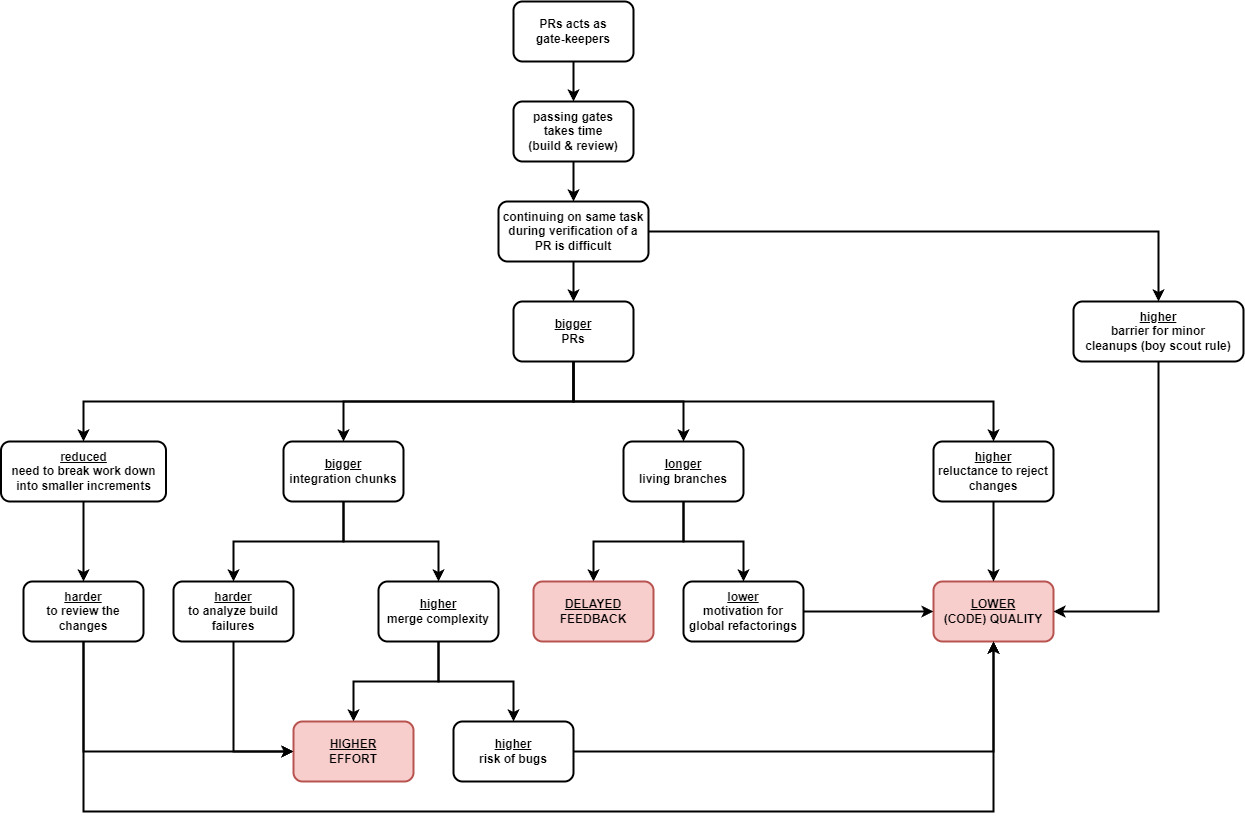
Before: assets/flow.drawio.png, a diagram exported from draw.io (plainionist/plainionist.github.io). Source tidied: cells renumbered, new cells last; positions are measured from the earlier drawing's top-left corner, leaving out a move shared by most shapes. Its diagram source:
```xml
<mxGraphModel>
  <root>
    <mxCell id="0" />
    <mxCell id="1" parent="0" />
    <mxCell id="2" style="edgeStyle=orthogonalEdgeStyle;rounded=0;jettySize=auto;html=1;exitX=0.5;exitY=1;exitDx=0;exitDy=0;entryX=0.5;entryY=0;entryDx=0;entryDy=0;fontStyle=1;strokeWidth=2;" parent="1" edge="1" source="3" target="6">
      <mxGeometry relative="1" as="geometry" />
    </mxCell>
    <mxCell id="3" value="passing gates&lt;div&gt;takes time&lt;/div&gt;&lt;div&gt;(build &amp;amp; review)&lt;/div&gt;" style="rounded=1;whiteSpace=wrap;html=1;fontStyle=1;strokeWidth=2;" parent="1" vertex="1">
      <mxGeometry x="512" y="100" width="120" height="60" as="geometry" />
    </mxCell>
    <mxCell id="4" style="edgeStyle=orthogonalEdgeStyle;rounded=0;jettySize=auto;html=1;exitX=0.5;exitY=1;exitDx=0;exitDy=0;fontStyle=1;strokeWidth=2;" parent="1" edge="1" source="6" target="11">
      <mxGeometry relative="1" as="geometry" />
    </mxCell>
    <mxCell id="5" style="edgeStyle=orthogonalEdgeStyle;rounded=0;jettySize=auto;html=1;exitX=1;exitY=0.5;exitDx=0;exitDy=0;entryX=0.5;entryY=0;entryDx=0;entryDy=0;fontStyle=1;strokeWidth=2;" parent="1" edge="1" source="6" target="22">
      <mxGeometry relative="1" as="geometry" />
    </mxCell>
    <mxCell id="6" value="continuing on same task during&amp;nbsp;&lt;span style=&quot;background-color: initial;&quot;&gt;verification of a PR is difficult&lt;/span&gt;" style="rounded=1;whiteSpace=wrap;html=1;fontStyle=1;strokeWidth=2;" parent="1" vertex="1">
      <mxGeometry x="497" y="200" width="150" height="60" as="geometry" />
    </mxCell>
    <mxCell id="7" style="edgeStyle=orthogonalEdgeStyle;rounded=0;jettySize=auto;html=1;exitX=0.5;exitY=1;exitDx=0;exitDy=0;entryX=0.5;entryY=0;entryDx=0;entryDy=0;fontStyle=1;strokeWidth=2;" parent="1" edge="1" source="11" target="14">
      <mxGeometry relative="1" as="geometry" />
    </mxCell>
    <mxCell id="8" style="edgeStyle=orthogonalEdgeStyle;rounded=0;jettySize=auto;html=1;exitX=0.5;exitY=1;exitDx=0;exitDy=0;entryX=0.5;entryY=0;entryDx=0;entryDy=0;fontStyle=1;strokeWidth=2;" parent="1" edge="1" source="11" target="17">
      <mxGeometry relative="1" as="geometry" />
    </mxCell>
    <mxCell id="9" style="edgeStyle=orthogonalEdgeStyle;rounded=0;jettySize=auto;html=1;exitX=0.5;exitY=1;exitDx=0;exitDy=0;entryX=0.5;entryY=0;entryDx=0;entryDy=0;fontStyle=1;strokeWidth=2;" parent="1" edge="1" source="11" target="19">
      <mxGeometry relative="1" as="geometry" />
    </mxCell>
    <mxCell id="10" style="edgeStyle=orthogonalEdgeStyle;rounded=0;jettySize=auto;html=1;exitX=0.5;exitY=1;exitDx=0;exitDy=0;entryX=0.5;entryY=0;entryDx=0;entryDy=0;fontStyle=1;strokeWidth=2;" parent="1" edge="1" source="11" target="36">
      <mxGeometry relative="1" as="geometry" />
    </mxCell>
    <mxCell id="11" value="&lt;u&gt;bigger&lt;/u&gt;&lt;div&gt;PRs&lt;/div&gt;" style="rounded=1;whiteSpace=wrap;html=1;fontStyle=1;strokeWidth=2;" parent="1" vertex="1">
      <mxGeometry x="512" y="300" width="120" height="60" as="geometry" />
    </mxCell>
    <mxCell id="12" style="edgeStyle=orthogonalEdgeStyle;rounded=0;jettySize=auto;html=1;exitX=0.5;exitY=1;exitDx=0;exitDy=0;entryX=0.5;entryY=0;entryDx=0;entryDy=0;fontStyle=1;strokeWidth=2;" parent="1" edge="1" source="14" target="25">
      <mxGeometry relative="1" as="geometry" />
    </mxCell>
    <mxCell id="13" style="edgeStyle=orthogonalEdgeStyle;rounded=0;jettySize=auto;html=1;exitX=0.5;exitY=1;exitDx=0;exitDy=0;entryX=0.5;entryY=0;entryDx=0;entryDy=0;fontStyle=1;strokeWidth=2;" parent="1" edge="1" source="14" target="27">
      <mxGeometry relative="1" as="geometry" />
    </mxCell>
    <mxCell id="14" value="&lt;u&gt;bigger&lt;/u&gt;&lt;div&gt;integration&amp;nbsp;&lt;span style=&quot;background-color: initial;&quot;&gt;chunks&lt;/span&gt;&lt;/div&gt;" style="rounded=1;whiteSpace=wrap;html=1;fontStyle=1;strokeWidth=2;" parent="1" vertex="1">
      <mxGeometry x="282" y="440" width="120" height="60" as="geometry" />
    </mxCell>
    <mxCell id="15" style="edgeStyle=orthogonalEdgeStyle;rounded=0;jettySize=auto;html=1;fontStyle=1;strokeWidth=2;" parent="1" edge="1" source="17" target="32">
      <mxGeometry relative="1" as="geometry" />
    </mxCell>
    <mxCell id="16" style="edgeStyle=orthogonalEdgeStyle;rounded=0;jettySize=auto;html=1;exitX=0.5;exitY=1;exitDx=0;exitDy=0;entryX=0.5;entryY=0;entryDx=0;entryDy=0;fontStyle=1;strokeWidth=2;" parent="1" edge="1" source="17" target="34">
      <mxGeometry relative="1" as="geometry" />
    </mxCell>
    <mxCell id="17" value="&lt;u&gt;longer&lt;/u&gt;&lt;div&gt;living&amp;nbsp;&lt;span style=&quot;background-color: initial;&quot;&gt;branches&lt;/span&gt;&lt;/div&gt;" style="rounded=1;whiteSpace=wrap;html=1;fontStyle=1;strokeWidth=2;" parent="1" vertex="1">
      <mxGeometry x="622" y="440" width="120" height="60" as="geometry" />
    </mxCell>
    <mxCell id="18" style="edgeStyle=orthogonalEdgeStyle;rounded=0;jettySize=auto;html=1;exitX=0.5;exitY=1;exitDx=0;exitDy=0;entryX=0.5;entryY=0;entryDx=0;entryDy=0;fontStyle=1;strokeWidth=2;" parent="1" edge="1" source="19" target="41">
      <mxGeometry relative="1" as="geometry" />
    </mxCell>
    <mxCell id="19" value="&lt;u&gt;reduced&lt;/u&gt;&lt;div&gt;need to break work down into smaller increments&lt;/div&gt;" style="rounded=1;whiteSpace=wrap;html=1;fontStyle=1;strokeWidth=2;" parent="1" vertex="1">
      <mxGeometry x="-0.5" y="440" width="165" height="60" as="geometry" />
    </mxCell>
    <mxCell id="20" value="&lt;u&gt;LOWER&lt;/u&gt;&lt;div&gt;(CODE) QUALITY&lt;/div&gt;" style="rounded=1;whiteSpace=wrap;html=1;fillColor=#f8cecc;strokeColor=#b85450;fontStyle=1;strokeWidth=2;" parent="1" vertex="1">
      <mxGeometry x="932" y="580" width="120" height="60" as="geometry" />
    </mxCell>
    <mxCell id="21" style="edgeStyle=orthogonalEdgeStyle;rounded=0;jettySize=auto;html=1;exitX=0.5;exitY=1;exitDx=0;exitDy=0;entryX=1;entryY=0.5;entryDx=0;entryDy=0;fontStyle=1;strokeWidth=2;" parent="1" edge="1" source="22" target="20">
      <mxGeometry relative="1" as="geometry" />
    </mxCell>
    <mxCell id="22" value="&lt;u&gt;higher&lt;/u&gt;&lt;div&gt;barrier for&amp;nbsp;&lt;span style=&quot;background-color: initial;&quot;&gt;minor cleanups&amp;nbsp;&lt;/span&gt;&lt;span style=&quot;background-color: initial;&quot;&gt;(boy scout rule)&lt;/span&gt;&lt;/div&gt;" style="rounded=1;whiteSpace=wrap;html=1;fontStyle=1;strokeWidth=2;" parent="1" vertex="1">
      <mxGeometry x="1072" y="300" width="170" height="60" as="geometry" />
    </mxCell>
    <mxCell id="23" style="edgeStyle=orthogonalEdgeStyle;rounded=0;jettySize=auto;html=1;exitX=0.5;exitY=1;exitDx=0;exitDy=0;entryX=0.5;entryY=0;entryDx=0;entryDy=0;fontStyle=1;strokeWidth=2;" parent="1" edge="1" source="25" target="29">
      <mxGeometry relative="1" as="geometry" />
    </mxCell>
    <mxCell id="24" style="edgeStyle=orthogonalEdgeStyle;rounded=0;jettySize=auto;html=1;exitX=0.5;exitY=1;exitDx=0;exitDy=0;entryX=0.5;entryY=0;entryDx=0;entryDy=0;fontStyle=1;strokeWidth=2;" parent="1" edge="1" source="25" target="31">
      <mxGeometry relative="1" as="geometry" />
    </mxCell>
    <mxCell id="25" value="&lt;u&gt;higher&lt;/u&gt;&lt;div&gt;merge complexity&lt;/div&gt;" style="rounded=1;whiteSpace=wrap;html=1;fontStyle=1;strokeWidth=2;" parent="1" vertex="1">
      <mxGeometry x="377" y="580" width="120" height="60" as="geometry" />
    </mxCell>
    <mxCell id="26" style="edgeStyle=orthogonalEdgeStyle;rounded=0;jettySize=auto;html=1;entryX=0;entryY=0.5;entryDx=0;entryDy=0;exitX=0.5;exitY=1;exitDx=0;exitDy=0;fontStyle=1;strokeWidth=2;" parent="1" edge="1" source="27" target="29">
      <mxGeometry relative="1" as="geometry" />
    </mxCell>
    <mxCell id="27" value="&lt;div&gt;&lt;u&gt;harder&lt;/u&gt;&lt;/div&gt;&lt;div&gt;to analyze build failures&lt;/div&gt;" style="rounded=1;whiteSpace=wrap;html=1;fontStyle=1;strokeWidth=2;" parent="1" vertex="1">
      <mxGeometry x="172" y="580" width="120" height="60" as="geometry" />
    </mxCell>
    <mxCell id="28" style="edgeStyle=orthogonalEdgeStyle;rounded=0;orthogonalLoop=1;jettySize=auto;html=1;exitX=0.5;exitY=1;exitDx=0;exitDy=0;fontStyle=1;strokeWidth=2;" parent="1" edge="1" source="27" target="27">
      <mxGeometry relative="1" as="geometry" />
    </mxCell>
    <mxCell id="29" value="&lt;u&gt;HIGHER&lt;/u&gt;&lt;div&gt;EFFORT&lt;/div&gt;" style="rounded=1;whiteSpace=wrap;html=1;fillColor=#f8cecc;strokeColor=#b85450;fontStyle=1;strokeWidth=2;" parent="1" vertex="1">
      <mxGeometry x="292" y="720" width="120" height="60" as="geometry" />
    </mxCell>
    <mxCell id="30" style="edgeStyle=orthogonalEdgeStyle;rounded=0;jettySize=auto;html=1;entryX=0.5;entryY=1;entryDx=0;entryDy=0;fontStyle=1;strokeWidth=2;" parent="1" edge="1" source="31" target="20">
      <mxGeometry relative="1" as="geometry" />
    </mxCell>
    <mxCell id="31" value="&lt;u&gt;higher&lt;/u&gt;&lt;div&gt;risk&amp;nbsp;&lt;span style=&quot;background-color: initial;&quot;&gt;of &lt;/span&gt;&lt;span style=&quot;background-color: initial;&quot;&gt;bugs&lt;/span&gt;&lt;/div&gt;" style="rounded=1;whiteSpace=wrap;html=1;fontStyle=1;strokeWidth=2;" parent="1" vertex="1">
      <mxGeometry x="452" y="720" width="120" height="60" as="geometry" />
    </mxCell>
    <mxCell id="32" value="&lt;u&gt;DELAYED&lt;/u&gt;&lt;div&gt;FEEDBACK&lt;/div&gt;" style="rounded=1;whiteSpace=wrap;html=1;fillColor=#f8cecc;strokeColor=#b85450;fontStyle=1;strokeWidth=2;" parent="1" vertex="1">
      <mxGeometry x="532" y="580" width="120" height="60" as="geometry" />
    </mxCell>
    <mxCell id="33" style="edgeStyle=orthogonalEdgeStyle;rounded=0;jettySize=auto;html=1;entryX=0;entryY=0.5;entryDx=0;entryDy=0;fontStyle=1;strokeWidth=2;" parent="1" edge="1" source="34" target="20">
      <mxGeometry relative="1" as="geometry" />
    </mxCell>
    <mxCell id="34" value="&lt;u&gt;lower&lt;/u&gt;&lt;div&gt;motivation for&lt;br&gt;&lt;div&gt;global refactorings&lt;/div&gt;&lt;/div&gt;" style="rounded=1;whiteSpace=wrap;html=1;fontStyle=1;strokeWidth=2;" parent="1" vertex="1">
      <mxGeometry x="682" y="580" width="120" height="60" as="geometry" />
    </mxCell>
    <mxCell id="35" style="edgeStyle=orthogonalEdgeStyle;rounded=0;jettySize=auto;html=1;exitX=0.5;exitY=1;exitDx=0;exitDy=0;entryX=0.5;entryY=0;entryDx=0;entryDy=0;fontStyle=1;strokeWidth=2;" parent="1" edge="1" source="36" target="20">
      <mxGeometry relative="1" as="geometry" />
    </mxCell>
    <mxCell id="36" value="&lt;u&gt;higher&lt;/u&gt;&lt;div&gt;reluctance to reject changes&lt;/div&gt;" style="rounded=1;whiteSpace=wrap;html=1;fontStyle=1;strokeWidth=2;" parent="1" vertex="1">
      <mxGeometry x="932" y="440" width="120" height="60" as="geometry" />
    </mxCell>
    <mxCell id="37" style="edgeStyle=orthogonalEdgeStyle;rounded=0;jettySize=auto;html=1;exitX=0.5;exitY=1;exitDx=0;exitDy=0;entryX=0.5;entryY=0;entryDx=0;entryDy=0;fontStyle=1;strokeWidth=2;" parent="1" edge="1" source="38" target="3">
      <mxGeometry relative="1" as="geometry" />
    </mxCell>
    <mxCell id="38" value="PRs acts as&lt;div&gt;gate-keepers&lt;/div&gt;" style="rounded=1;whiteSpace=wrap;html=1;fontStyle=1;strokeWidth=2;" parent="1" vertex="1">
      <mxGeometry x="512" width="120" height="60" as="geometry" />
    </mxCell>
    <mxCell id="39" style="edgeStyle=orthogonalEdgeStyle;rounded=0;jettySize=auto;html=1;entryX=0;entryY=0.5;entryDx=0;entryDy=0;fontStyle=1;strokeWidth=2;" parent="1" edge="1" source="41" target="29">
      <mxGeometry relative="1" as="geometry">
        <Array as="points">
          <mxPoint x="82" y="750" />
        </Array>
      </mxGeometry>
    </mxCell>
    <mxCell id="40" style="edgeStyle=orthogonalEdgeStyle;rounded=0;jettySize=auto;html=1;exitX=0.5;exitY=1;exitDx=0;exitDy=0;entryX=0.5;entryY=1;entryDx=0;entryDy=0;fontStyle=1;strokeWidth=2;" parent="1" edge="1" source="41" target="20">
      <mxGeometry relative="1" as="geometry">
        <Array as="points">
          <mxPoint x="82" y="810" />
          <mxPoint x="992" y="810" />
        </Array>
      </mxGeometry>
    </mxCell>
    <mxCell id="41" value="&lt;u&gt;harder&lt;/u&gt;&lt;div&gt;to review the changes&lt;/div&gt;" style="rounded=1;whiteSpace=wrap;html=1;fontStyle=1;strokeWidth=2;" parent="1" vertex="1">
      <mxGeometry x="22" y="580" width="120" height="60" as="geometry" />
    </mxCell>
  </root>
</mxGraphModel>
```
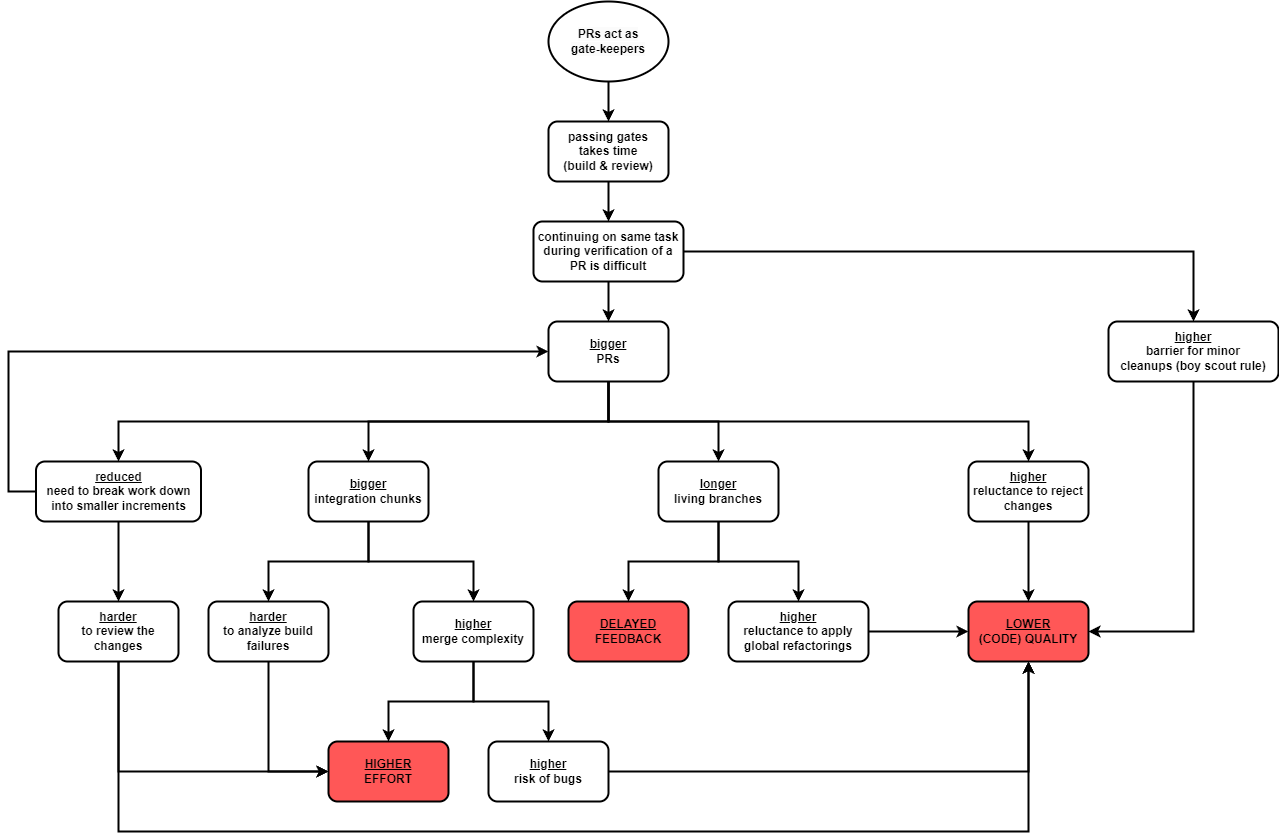
Above is the later version.

What changed in the source:
```diff
@@ -39,7 +39,7 @@
       <mxGeometry relative="1" as="geometry" />
     </mxCell>
     <mxCell id="14" value="&lt;u&gt;bigger&lt;/u&gt;&lt;div&gt;integration&amp;nbsp;&lt;span style=&quot;background-color: initial;&quot;&gt;chunks&lt;/span&gt;&lt;/div&gt;" style="rounded=1;whiteSpace=wrap;html=1;fontStyle=1;strokeWidth=2;" parent="1" vertex="1">
-      <mxGeometry x="282" y="440" width="120" height="60" as="geometry" />
+      <mxGeometry x="272" y="440" width="120" height="60" as="geometry" />
     </mxCell>
     <mxCell id="15" style="edgeStyle=orthogonalEdgeStyle;rounded=0;jettySize=auto;html=1;fontStyle=1;strokeWidth=2;" parent="1" edge="1" source="17" target="32">
       <mxGeometry relative="1" as="geometry" />
@@ -53,10 +53,18 @@
     <mxCell id="18" style="edgeStyle=orthogonalEdgeStyle;rounded=0;jettySize=auto;html=1;exitX=0.5;exitY=1;exitDx=0;exitDy=0;entryX=0.5;entryY=0;entryDx=0;entryDy=0;fontStyle=1;strokeWidth=2;" parent="1" edge="1" source="19" target="41">
       <mxGeometry relative="1" as="geometry" />
     </mxCell>
+    <mxCell id="42" style="edgeStyle=orthogonalEdgeStyle;rounded=0;jettySize=auto;html=1;entryX=0;entryY=0.5;entryDx=0;entryDy=0;strokeWidth=2;" parent="1" edge="1" source="19" target="11">
+      <mxGeometry relative="1" as="geometry">
+        <Array as="points">
+          <mxPoint x="-28" y="470" />
+          <mxPoint x="-28" y="330" />
+        </Array>
+      </mxGeometry>
+    </mxCell>
     <mxCell id="19" value="&lt;u&gt;reduced&lt;/u&gt;&lt;div&gt;need to break work down into smaller increments&lt;/div&gt;" style="rounded=1;whiteSpace=wrap;html=1;fontStyle=1;strokeWidth=2;" parent="1" vertex="1">
       <mxGeometry x="-0.5" y="440" width="165" height="60" as="geometry" />
     </mxCell>
-    <mxCell id="20" value="&lt;u&gt;LOWER&lt;/u&gt;&lt;div&gt;(CODE) QUALITY&lt;/div&gt;" style="rounded=1;whiteSpace=wrap;html=1;fillColor=#f8cecc;strokeColor=#b85450;fontStyle=1;strokeWidth=2;" parent="1" vertex="1">
+    <mxCell id="20" value="&lt;u&gt;LOWER&lt;/u&gt;&lt;div&gt;(CODE) QUALITY&lt;/div&gt;" style="rounded=1;whiteSpace=wrap;html=1;fillColor=#FF5757;strokeColor=#000000;fontStyle=1;strokeWidth=2;" parent="1" vertex="1">
       <mxGeometry x="932" y="580" width="120" height="60" as="geometry" />
     </mxCell>
     <mxCell id="21" style="edgeStyle=orthogonalEdgeStyle;rounded=0;jettySize=auto;html=1;exitX=0.5;exitY=1;exitDx=0;exitDy=0;entryX=1;entryY=0.5;entryDx=0;entryDy=0;fontStyle=1;strokeWidth=2;" parent="1" edge="1" source="22" target="20">
@@ -83,7 +91,7 @@
     <mxCell id="28" style="edgeStyle=orthogonalEdgeStyle;rounded=0;orthogonalLoop=1;jettySize=auto;html=1;exitX=0.5;exitY=1;exitDx=0;exitDy=0;fontStyle=1;strokeWidth=2;" parent="1" edge="1" source="27" target="27">
       <mxGeometry relative="1" as="geometry" />
     </mxCell>
-    <mxCell id="29" value="&lt;u&gt;HIGHER&lt;/u&gt;&lt;div&gt;EFFORT&lt;/div&gt;" style="rounded=1;whiteSpace=wrap;html=1;fillColor=#f8cecc;strokeColor=#b85450;fontStyle=1;strokeWidth=2;" parent="1" vertex="1">
+    <mxCell id="29" value="&lt;u&gt;HIGHER&lt;/u&gt;&lt;div&gt;EFFORT&lt;/div&gt;" style="rounded=1;whiteSpace=wrap;html=1;fillColor=#FF5757;strokeColor=#000000;fontStyle=1;strokeWidth=2;" parent="1" vertex="1">
       <mxGeometry x="292" y="720" width="120" height="60" as="geometry" />
     </mxCell>
     <mxCell id="30" style="edgeStyle=orthogonalEdgeStyle;rounded=0;jettySize=auto;html=1;entryX=0.5;entryY=1;entryDx=0;entryDy=0;fontStyle=1;strokeWidth=2;" parent="1" edge="1" source="31" target="20">
@@ -92,14 +100,14 @@
     <mxCell id="31" value="&lt;u&gt;higher&lt;/u&gt;&lt;div&gt;risk&amp;nbsp;&lt;span style=&quot;background-color: initial;&quot;&gt;of &lt;/span&gt;&lt;span style=&quot;background-color: initial;&quot;&gt;bugs&lt;/span&gt;&lt;/div&gt;" style="rounded=1;whiteSpace=wrap;html=1;fontStyle=1;strokeWidth=2;" parent="1" vertex="1">
       <mxGeometry x="452" y="720" width="120" height="60" as="geometry" />
     </mxCell>
-    <mxCell id="32" value="&lt;u&gt;DELAYED&lt;/u&gt;&lt;div&gt;FEEDBACK&lt;/div&gt;" style="rounded=1;whiteSpace=wrap;html=1;fillColor=#f8cecc;strokeColor=#b85450;fontStyle=1;strokeWidth=2;" parent="1" vertex="1">
+    <mxCell id="32" value="&lt;u&gt;DELAYED&lt;/u&gt;&lt;div&gt;FEEDBACK&lt;/div&gt;" style="rounded=1;whiteSpace=wrap;html=1;fillColor=#FF5757;strokeColor=#000000;fontStyle=1;strokeWidth=2;" parent="1" vertex="1">
       <mxGeometry x="532" y="580" width="120" height="60" as="geometry" />
     </mxCell>
     <mxCell id="33" style="edgeStyle=orthogonalEdgeStyle;rounded=0;jettySize=auto;html=1;entryX=0;entryY=0.5;entryDx=0;entryDy=0;fontStyle=1;strokeWidth=2;" parent="1" edge="1" source="34" target="20">
       <mxGeometry relative="1" as="geometry" />
     </mxCell>
-    <mxCell id="34" value="&lt;u&gt;lower&lt;/u&gt;&lt;div&gt;motivation for&lt;br&gt;&lt;div&gt;global refactorings&lt;/div&gt;&lt;/div&gt;" style="rounded=1;whiteSpace=wrap;html=1;fontStyle=1;strokeWidth=2;" parent="1" vertex="1">
-      <mxGeometry x="682" y="580" width="120" height="60" as="geometry" />
+    <mxCell id="34" value="&lt;u&gt;higher&lt;/u&gt;&lt;div&gt;reluctance to apply&lt;br&gt;&lt;div&gt;global refactorings&lt;/div&gt;&lt;/div&gt;" style="rounded=1;whiteSpace=wrap;html=1;fontStyle=1;strokeWidth=2;" parent="1" vertex="1">
+      <mxGeometry x="692" y="580" width="140" height="60" as="geometry" />
     </mxCell>
     <mxCell id="35" style="edgeStyle=orthogonalEdgeStyle;rounded=0;jettySize=auto;html=1;exitX=0.5;exitY=1;exitDx=0;exitDy=0;entryX=0.5;entryY=0;entryDx=0;entryDy=0;fontStyle=1;strokeWidth=2;" parent="1" edge="1" source="36" target="20">
       <mxGeometry relative="1" as="geometry" />
@@ -107,12 +115,9 @@
     <mxCell id="36" value="&lt;u&gt;higher&lt;/u&gt;&lt;div&gt;reluctance to reject changes&lt;/div&gt;" style="rounded=1;whiteSpace=wrap;html=1;fontStyle=1;strokeWidth=2;" parent="1" vertex="1">
       <mxGeometry x="932" y="440" width="120" height="60" as="geometry" />
     </mxCell>
-    <mxCell id="37" style="edgeStyle=orthogonalEdgeStyle;rounded=0;jettySize=auto;html=1;exitX=0.5;exitY=1;exitDx=0;exitDy=0;entryX=0.5;entryY=0;entryDx=0;entryDy=0;fontStyle=1;strokeWidth=2;" parent="1" edge="1" source="38" target="3">
+    <mxCell id="37" style="edgeStyle=orthogonalEdgeStyle;rounded=0;jettySize=auto;html=1;exitX=0.5;exitY=1;exitDx=0;exitDy=0;entryX=0.5;entryY=0;entryDx=0;entryDy=0;fontStyle=1;strokeWidth=2;" parent="1" edge="1" source="43" target="3">
       <mxGeometry relative="1" as="geometry" />
     </mxCell>
-    <mxCell id="38" value="PRs acts as&lt;div&gt;gate-keepers&lt;/div&gt;" style="rounded=1;whiteSpace=wrap;html=1;fontStyle=1;strokeWidth=2;" parent="1" vertex="1">
-      <mxGeometry x="512" width="120" height="60" as="geometry" />
-    </mxCell>
     <mxCell id="39" style="edgeStyle=orthogonalEdgeStyle;rounded=0;jettySize=auto;html=1;entryX=0;entryY=0.5;entryDx=0;entryDy=0;fontStyle=1;strokeWidth=2;" parent="1" edge="1" source="41" target="29">
       <mxGeometry relative="1" as="geometry">
         <Array as="points">
@@ -131,5 +136,8 @@
     <mxCell id="41" value="&lt;u&gt;harder&lt;/u&gt;&lt;div&gt;to review the changes&lt;/div&gt;" style="rounded=1;whiteSpace=wrap;html=1;fontStyle=1;strokeWidth=2;" parent="1" vertex="1">
       <mxGeometry x="22" y="580" width="120" height="60" as="geometry" />
     </mxCell>
+    <mxCell id="43" value="&lt;span style=&quot;color: rgb(0, 0, 0); font-family: Helvetica; font-size: 12px; font-style: normal; font-variant-ligatures: normal; font-variant-caps: normal; font-weight: 700; letter-spacing: normal; orphans: 2; text-align: center; text-indent: 0px; text-transform: none; widows: 2; word-spacing: 0px; -webkit-text-stroke-width: 0px; white-space: normal; background-color: rgb(251, 251, 251); text-decoration-thickness: initial; text-decoration-style: initial; text-decoration-color: initial; display: inline !important; float: none;&quot;&gt;PRs act as&lt;/span&gt;&lt;div style=&quot;forced-color-adjust: none; color: rgb(0, 0, 0); font-family: Helvetica; font-size: 12px; font-style: normal; font-variant-ligatures: normal; font-variant-caps: normal; font-weight: 700; letter-spacing: normal; orphans: 2; text-align: center; text-indent: 0px; text-transform: none; widows: 2; word-spacing: 0px; -webkit-text-stroke-width: 0px; white-space: normal; background-color: rgb(251, 251, 251); text-decoration-thickness: initial; text-decoration-style: initial; text-decoration-color: initial;&quot;&gt;gate-keepers&lt;/div&gt;" style="ellipse;whiteSpace=wrap;html=1;strokeWidth=2;" parent="1" vertex="1">
+      <mxGeometry x="512" y="-20" width="120" height="80" as="geometry" />
+    </mxCell>
   </root>
 </mxGraphModel>
```
